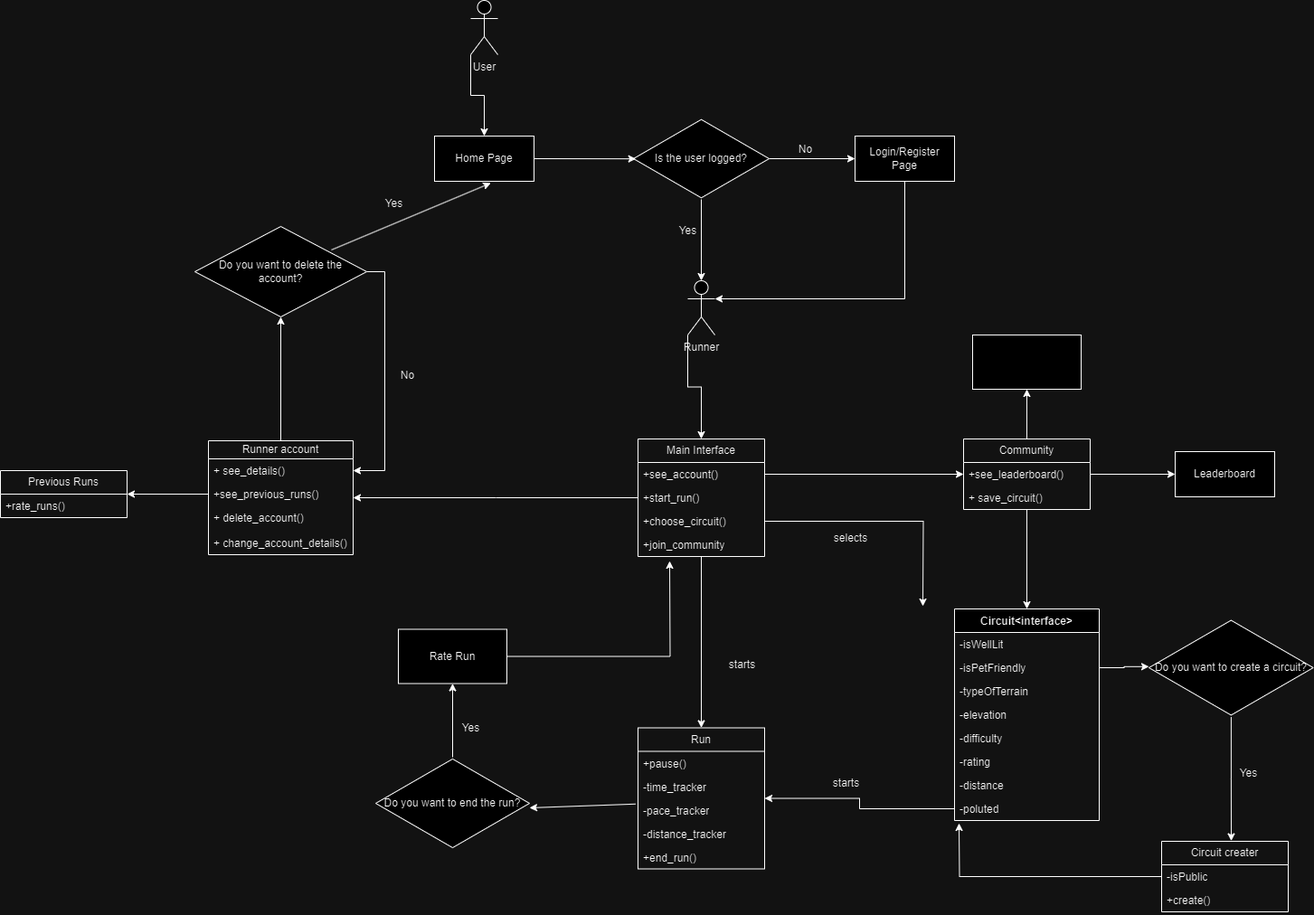
The draw.io diagram Diagrame/diagrama_UML.png in unibuc-cs/software-engineering-product-sprintify, before a commit. Source tidied: cells renumbered, new cells last; positions are measured from the earlier drawing's top-left corner, leaving out a move shared by most shapes.
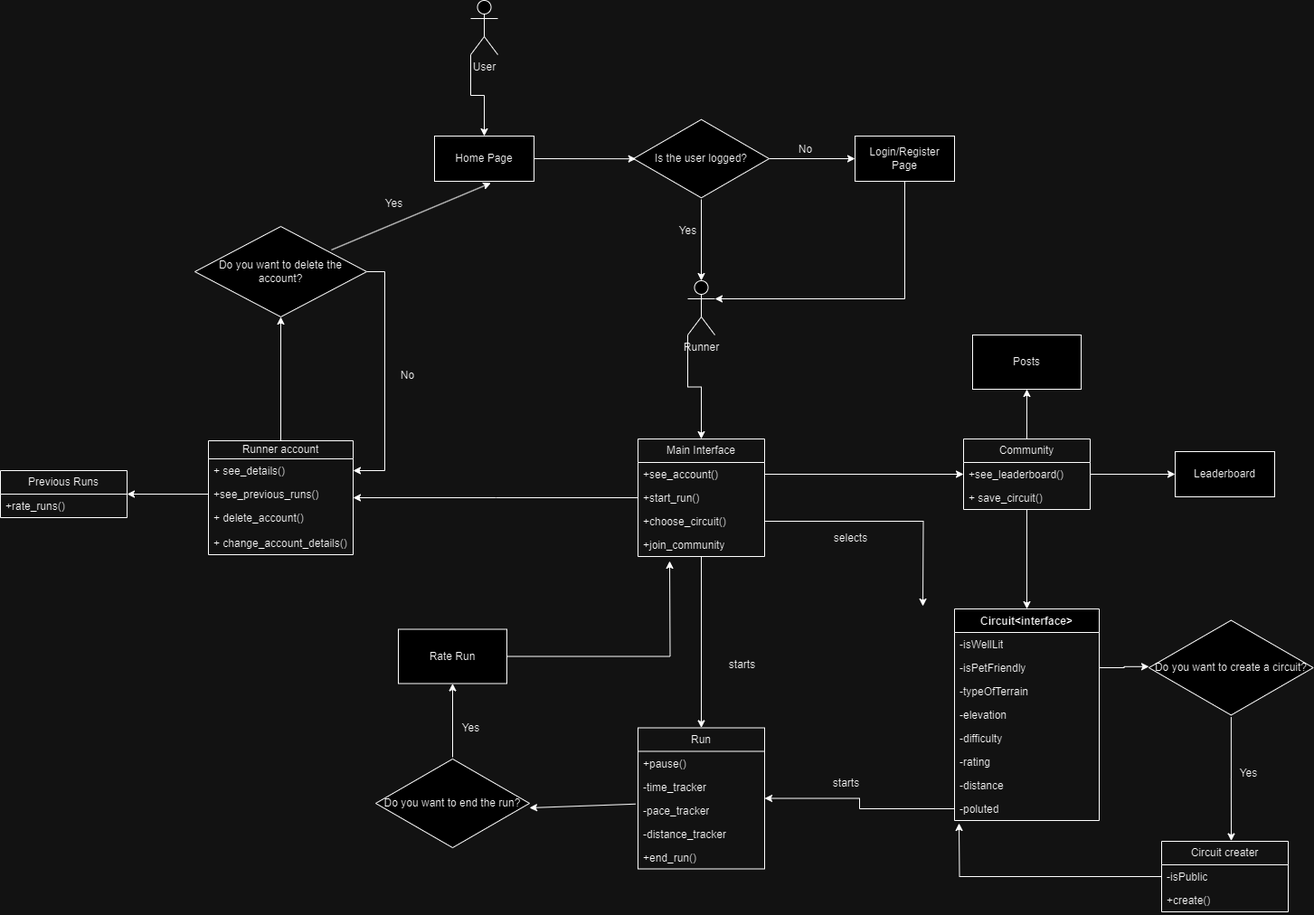
After the change.

Change to the diagram source:
```diff
@@ -238,7 +238,7 @@
     <mxCell id="77" style="edgeStyle=orthogonalEdgeStyle;rounded=0;jettySize=auto;html=1;exitX=0;exitY=0.5;exitDx=0;exitDy=0;entryX=1;entryY=0.5;entryDx=0;entryDy=0;" parent="1" edge="1" source="16" target="55">
       <mxGeometry relative="1" as="geometry" />
     </mxCell>
-    <mxCell id="78" style="rounded=0;whiteSpace=wrap;html=1;" parent="1" vertex="1">
+    <mxCell id="78" value="Posts" style="rounded=0;whiteSpace=wrap;html=1;" parent="1" vertex="1">
       <mxGeometry x="1075" y="370" width="120" height="60" as="geometry" />
     </mxCell>
   </root>
```
